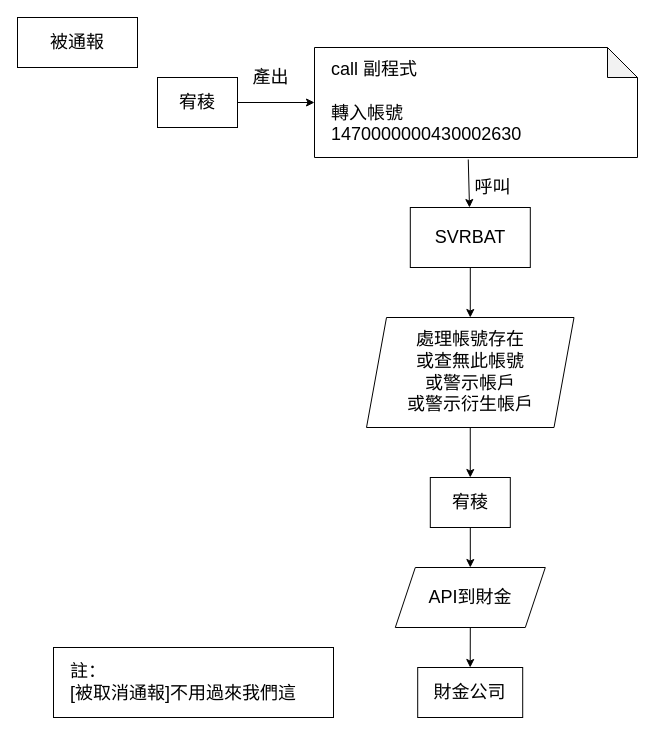
Above: page "被通報" (7 of 7) of 約轉灰名單架構.drawio in yeahyeah0606/yeahyeah0606.github.io (draw.io), before the change. Source tidied: cells renumbered, new cells numbered last; positions are measured from the earlier drawing's top-left corner, leaving out a move shared by most shapes. Both pictures are drawn from the tidied source at 100%, with x=0, y=0 at pixel (17, 17).
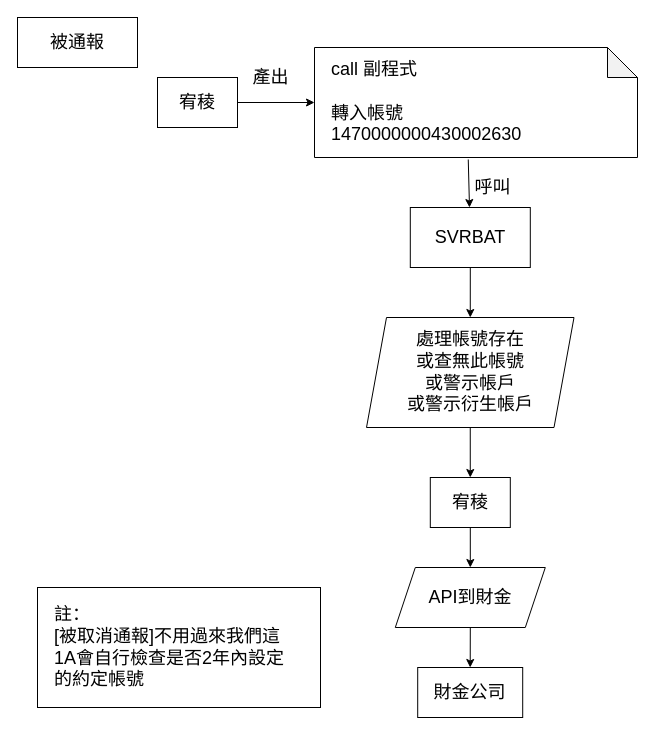
The same diagram, later.

What changed in the source:
```diff
@@
 <mxGraphModel>
   <root>
     <mxCell id="0" />
     <mxCell id="1" parent="0" />
-    <mxCell id="2" value="&lt;font style=&quot;font-size: 18px;&quot;&gt;&amp;nbsp; &amp;nbsp;註：&lt;br&gt;&amp;nbsp; &amp;nbsp;[被取消通報]不用過來我們這&lt;/font&gt;" style="rounded=0;whiteSpace=wrap;html=1;align=left;" parent="1" vertex="1">
-      <mxGeometry x="36" y="630" width="280" height="70" as="geometry" />
+    <mxCell id="2" value="&lt;font style=&quot;font-size: 18px;&quot;&gt;&amp;nbsp; &amp;nbsp;註：&lt;br&gt;&amp;nbsp; &amp;nbsp;[被取消通報]不用過來我們這&lt;br&gt;&amp;nbsp; &amp;nbsp;1A會自行檢查是否2年內設定&lt;br&gt;&amp;nbsp; &amp;nbsp;的約定帳號&lt;br&gt;&lt;/font&gt;" style="rounded=0;whiteSpace=wrap;html=1;align=left;" parent="1" vertex="1">
+      <mxGeometry x="20" y="570" width="283" height="120" as="geometry" />
     </mxCell>
     <mxCell id="3" value="&lt;font style=&quot;font-size: 18px;&quot;&gt;宥稜&lt;/font&gt;" style="rounded=0;whiteSpace=wrap;html=1;" parent="1" vertex="1">
       <mxGeometry x="140" y="60" width="80" height="50" as="geometry" />
     </mxCell>
     <mxCell id="4" value="&lt;font style=&quot;font-size: 18px;&quot;&gt;SVRBAT&lt;/font&gt;" style="rounded=0;whiteSpace=wrap;html=1;" parent="1" vertex="1">
       <mxGeometry x="392.8" y="190" width="120" height="60" as="geometry" />
     </mxCell>
     <mxCell id="5" value="&lt;span style=&quot;font-size: 18px;&quot;&gt;呼叫&lt;/span&gt;" style="text;html=1;align=center;verticalAlign=middle;strokeColor=none;fillColor=none;" parent="1" vertex="1">
       <mxGeometry x="445.2" y="150" width="60" height="40" as="geometry" />
     </mxCell>
     <mxCell id="6" value="&lt;font style=&quot;font-size: 18px;&quot;&gt;處理帳號存在&lt;br&gt;或查無此帳號&lt;br&gt;或警示帳戶&lt;br&gt;或警示衍生帳戶&lt;br&gt;&lt;/font&gt;" style="shape=parallelogram;perimeter=parallelogramPerimeter;whiteSpace=wrap;html=1;fixedSize=1;" parent="1" vertex="1">
       <mxGeometry x="349" y="300" width="207.5" height="110" as="geometry" />
     </mxCell>
     <mxCell id="7" value="&lt;font style=&quot;font-size: 18px;&quot;&gt;宥稜&lt;/font&gt;" style="rounded=0;whiteSpace=wrap;html=1;" parent="1" vertex="1">
       <mxGeometry x="412.8" y="460" width="80" height="50" as="geometry" />
     </mxCell>
     <mxCell id="8" style="endArrow=classic;html=1;rounded=0;exitX=0.5;exitY=1;exitDx=0;exitDy=0;" parent="1" edge="1" source="6" target="7">
       <mxGeometry relative="1" as="geometry" />
     </mxCell>
     <mxCell id="9" value="&lt;span style=&quot;font-size: 18px;&quot;&gt;API到財金&lt;/span&gt;" style="shape=parallelogram;perimeter=parallelogramPerimeter;whiteSpace=wrap;html=1;fixedSize=1;" parent="1" vertex="1">
       <mxGeometry x="377.8" y="550" width="150" height="60" as="geometry" />
     </mxCell>
     <mxCell id="10" style="endArrow=classic;html=1;rounded=0;exitX=0.5;exitY=1;exitDx=0;exitDy=0;" parent="1" edge="1" source="7" target="9">
       <mxGeometry relative="1" as="geometry" />
     </mxCell>
     <mxCell id="11" style="endArrow=classic;html=1;rounded=0;exitX=0.5;exitY=1;exitDx=0;exitDy=0;entryX=0.5;entryY=0;entryDx=0;entryDy=0;" parent="1" edge="1" source="9" target="17">
       <mxGeometry relative="1" as="geometry" />
     </mxCell>
     <mxCell id="12" value="&lt;font style=&quot;font-size: 18px;&quot;&gt;&amp;nbsp; &amp;nbsp;call 副程式&lt;br&gt;&lt;br&gt;&amp;nbsp; &amp;nbsp;轉入帳號&amp;nbsp; &amp;nbsp; &amp;nbsp; &amp;nbsp; &amp;nbsp; &amp;nbsp; &amp;nbsp; &amp;nbsp; &amp;nbsp; &amp;nbsp; &amp;nbsp; &amp;nbsp; &amp;nbsp;&amp;nbsp;&lt;br&gt;&amp;nbsp; &amp;nbsp;1470000000430002630&amp;nbsp;&amp;nbsp;&lt;br&gt;&lt;/font&gt;" style="shape=note;whiteSpace=wrap;html=1;backgroundOutline=1;darkOpacity=0.05;align=left;" parent="1" vertex="1">
       <mxGeometry x="297" y="30" width="323" height="110" as="geometry" />
     </mxCell>
     <mxCell id="13" style="endArrow=classic;html=1;rounded=0;exitX=1;exitY=0.5;exitDx=0;exitDy=0;entryX=0;entryY=0.5;entryDx=0;entryDy=0;entryPerimeter=0;" parent="1" edge="1" source="3" target="12">
       <mxGeometry relative="1" as="geometry" />
     </mxCell>
     <mxCell id="14" value="&lt;font style=&quot;font-size: 18px;&quot;&gt;產出&lt;/font&gt;" style="text;html=1;align=center;verticalAlign=middle;strokeColor=none;fillColor=none;" parent="1" vertex="1">
       <mxGeometry x="223" y="40" width="60" height="40" as="geometry" />
     </mxCell>
     <mxCell id="15" style="endArrow=classic;html=1;rounded=0;exitX=0.476;exitY=1.018;exitDx=0;exitDy=0;exitPerimeter=0;" parent="1" edge="1" source="12" target="4">
       <mxGeometry relative="1" as="geometry" />
     </mxCell>
     <mxCell id="16" style="endArrow=classic;html=1;rounded=0;exitX=0.5;exitY=1;exitDx=0;exitDy=0;" parent="1" edge="1" source="4" target="6">
       <mxGeometry relative="1" as="geometry" />
     </mxCell>
     <mxCell id="17" value="&lt;font style=&quot;font-size: 18px;&quot;&gt;財金公司&lt;/font&gt;" style="rounded=0;whiteSpace=wrap;html=1;" parent="1" vertex="1">
       <mxGeometry x="400.2" y="650" width="105" height="50" as="geometry" />
     </mxCell>
     <mxCell id="18" value="&lt;font style=&quot;font-size: 18px;&quot;&gt;被通報&lt;/font&gt;" style="rounded=0;whiteSpace=wrap;html=1;" parent="1" vertex="1">
       <mxGeometry width="120" height="50" as="geometry" />
     </mxCell>
   </root>
 </mxGraphModel>
```
